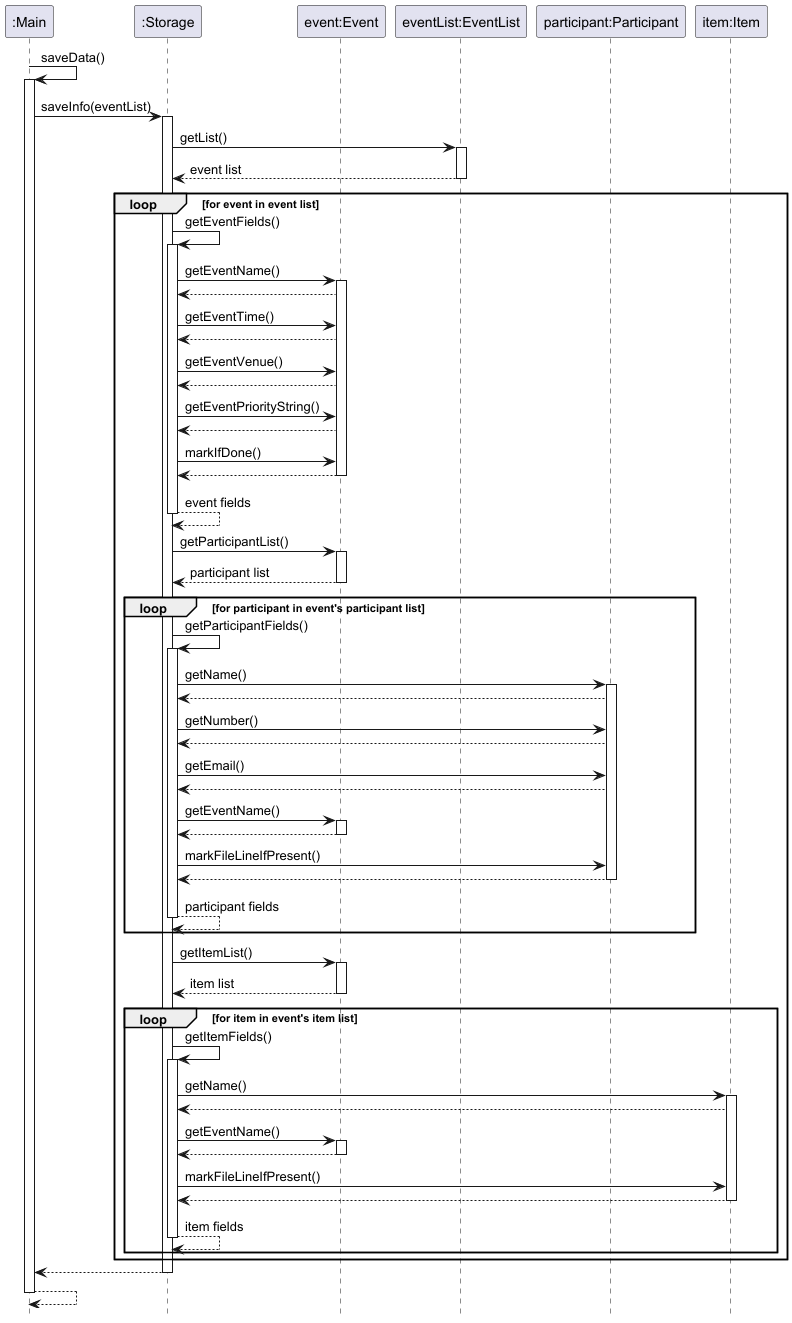
Earlier version of the PlantUML export docs/images/StorageSavingSequenceDiagram.png (nus-cs2113-AY2425S1/tp).
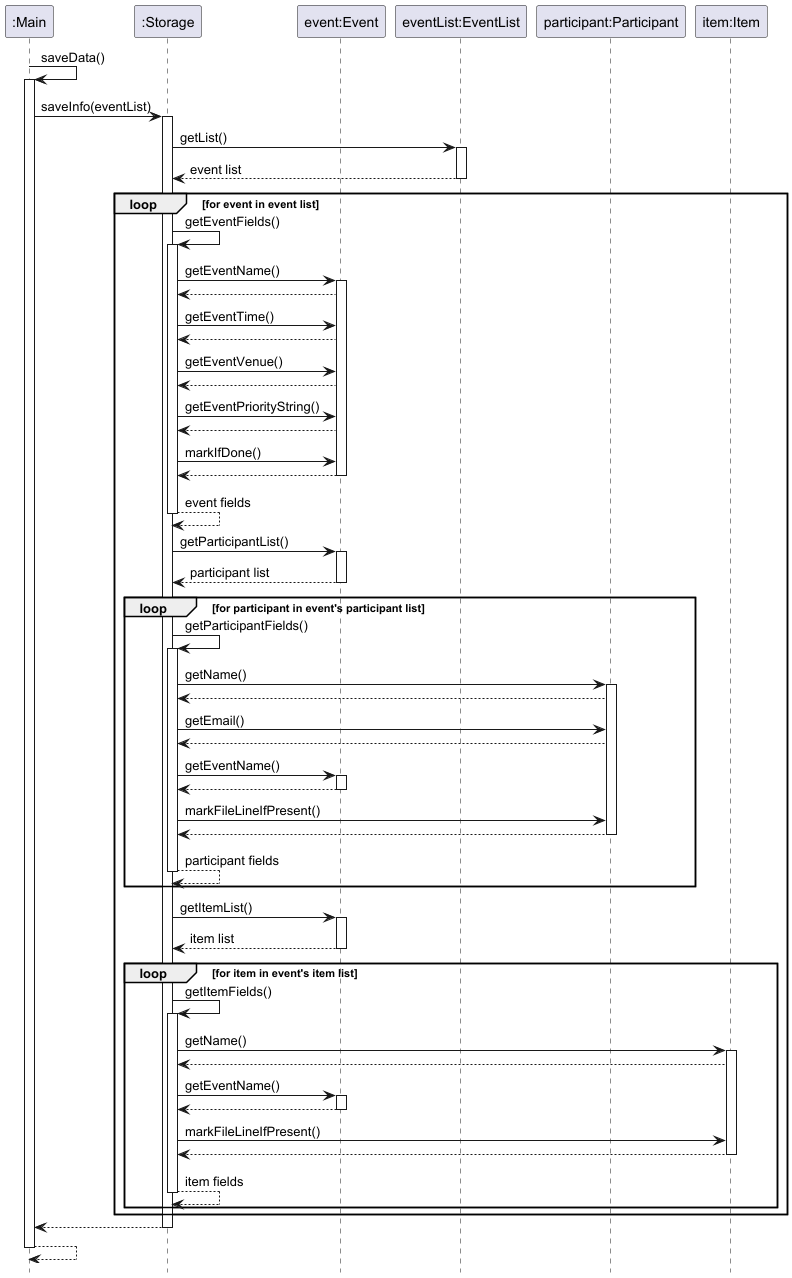
Above is the later version.

Diff of the diagram source:
```diff
@@ -50,8 +50,6 @@
 storage -> participant : getName()
 activate participant
 participant --> storage
-storage -> participant : getNumber()
-participant --> storage
 storage -> participant : getEmail()
 participant --> storage
 storage -> event : getEventName()
```
